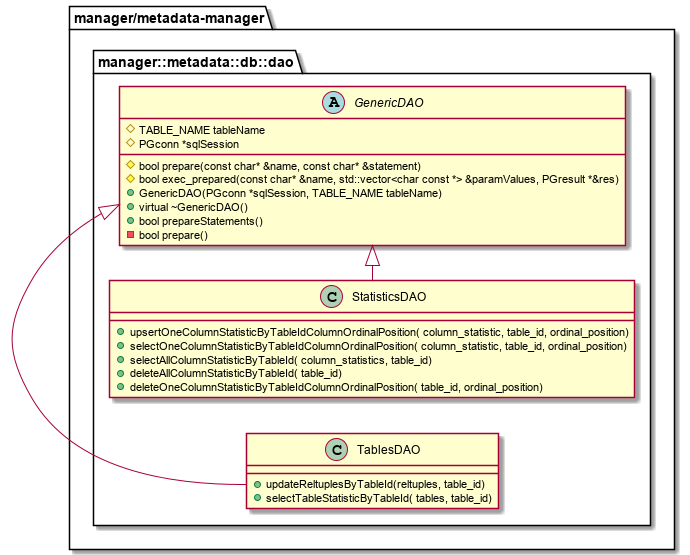
Above: metadata-manager/docs/statistic/02.FD/out/uml/ClassDiagram_detail/ClassDiagram_detail_dao.png in project-tsurugi/metadata-manager (PlantUML), before the change. Source of this version:
```plantuml
@startuml ClassDiagram_detail_dao
left to right direction

package "manager/metadata-manager" {

  package manager::metadata::db::dao{

    abstract class GenericDAO
    {
      {field}#TABLE_NAME tableName
	    {field}#PGconn *sqlSession
      {method}#bool prepare(const char* &name, const char* &statement)
	    {method}#bool exec_prepared(const char* &name, std::vector<char const *> &paramValues, PGresult *&res)
	    {method}+GenericDAO(PGconn *sqlSession, TABLE_NAME tableName)
	    {method}+virtual ~GenericDAO()
      {method}+bool prepareStatements()
      {method}-bool prepare()
    }

    class "StatisticsDAO" as StatisticsDAO{
      {method}+upsertOneColumnStatisticByTableIdColumnOrdinalPosition( column_statistic, table_id, ordinal_position)
      {method}+selectOneColumnStatisticByTableIdColumnOrdinalPosition( column_statistic, table_id, ordinal_position)
      {method}+selectAllColumnStatisticByTableId( column_statistics, table_id)
      {method}+deleteAllColumnStatisticByTableId( table_id)
      {method}+deleteOneColumnStatisticByTableIdColumnOrdinalPosition( table_id, ordinal_position)
    }

    class "TablesDAO" as TablesDAO{
      {method}+updateReltuplesByTableId(reltuples, table_id)
      {method}+selectTableStatisticByTableId( tables, table_id)
    }

  }

  StatisticsDAO -|> GenericDAO
  TablesDAO -|> GenericDAO
}

@enduml
```
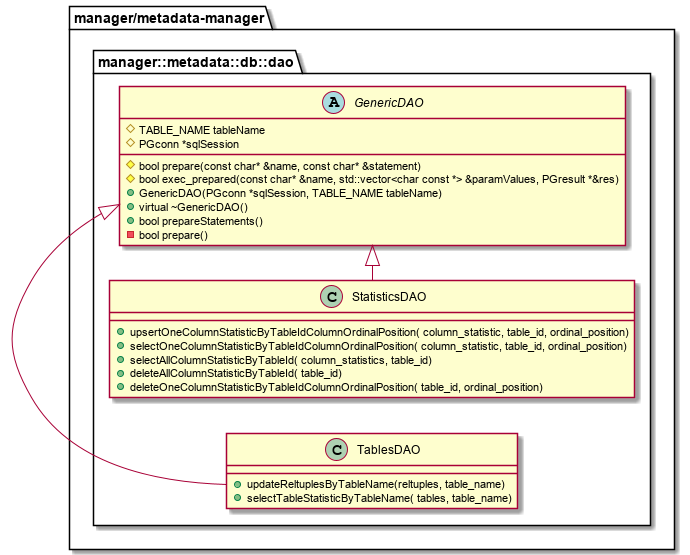
The same file after the commit.

Commit message:
Fix input of API about table statistics

Change to the diagram source:
```diff
@@ -26,8 +26,8 @@
     }
 
     class "TablesDAO" as TablesDAO{
-      {method}+updateReltuplesByTableId(reltuples, table_id)
-      {method}+selectTableStatisticByTableId( tables, table_id)
+      {method}+updateReltuplesByTableName(reltuples, table_name)
+      {method}+selectTableStatisticByTableName( tables, table_name)
     }
 
   }
```
